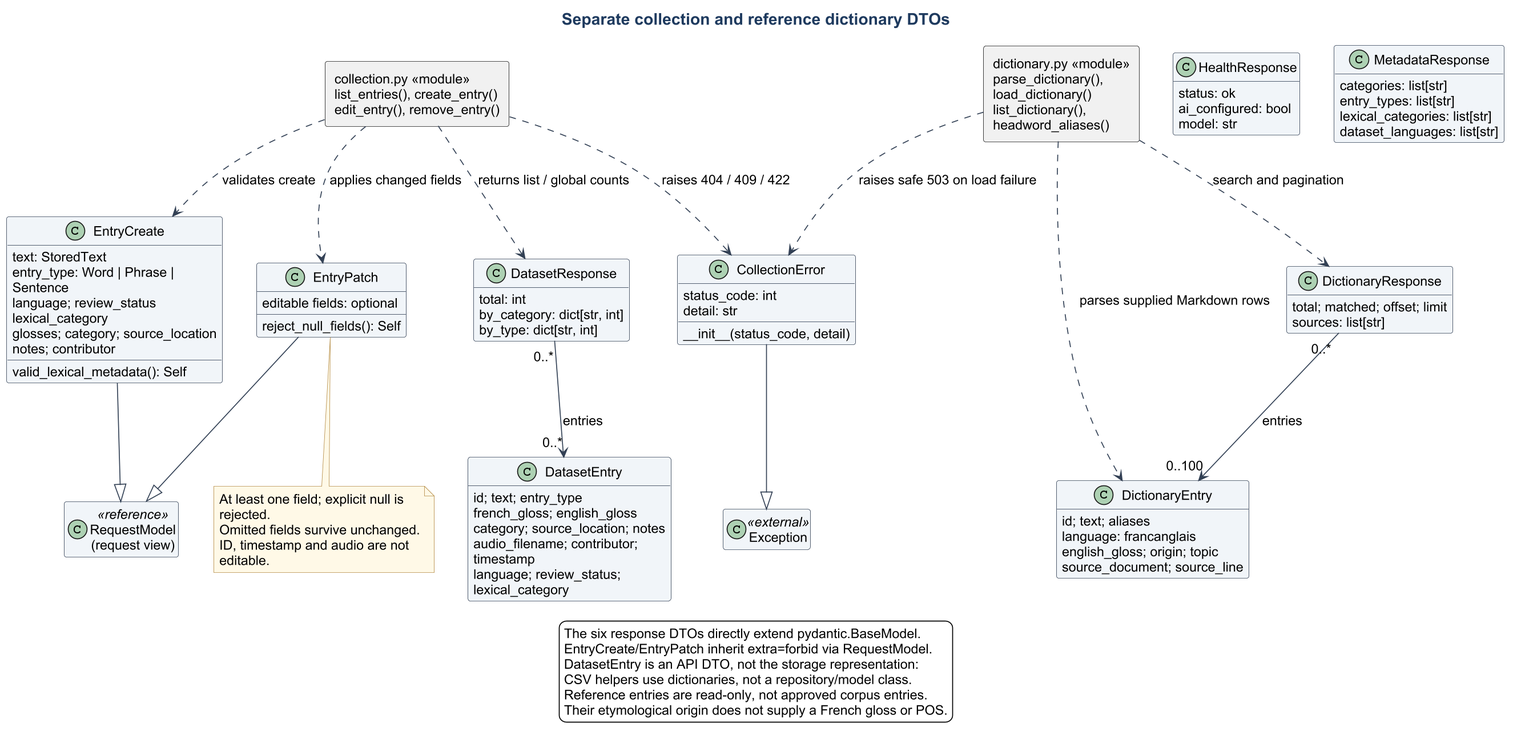
Before: docs/diagrams/class-collection.png, a diagram exported from PlantUML (Suraku237/francanglaiscompiler).
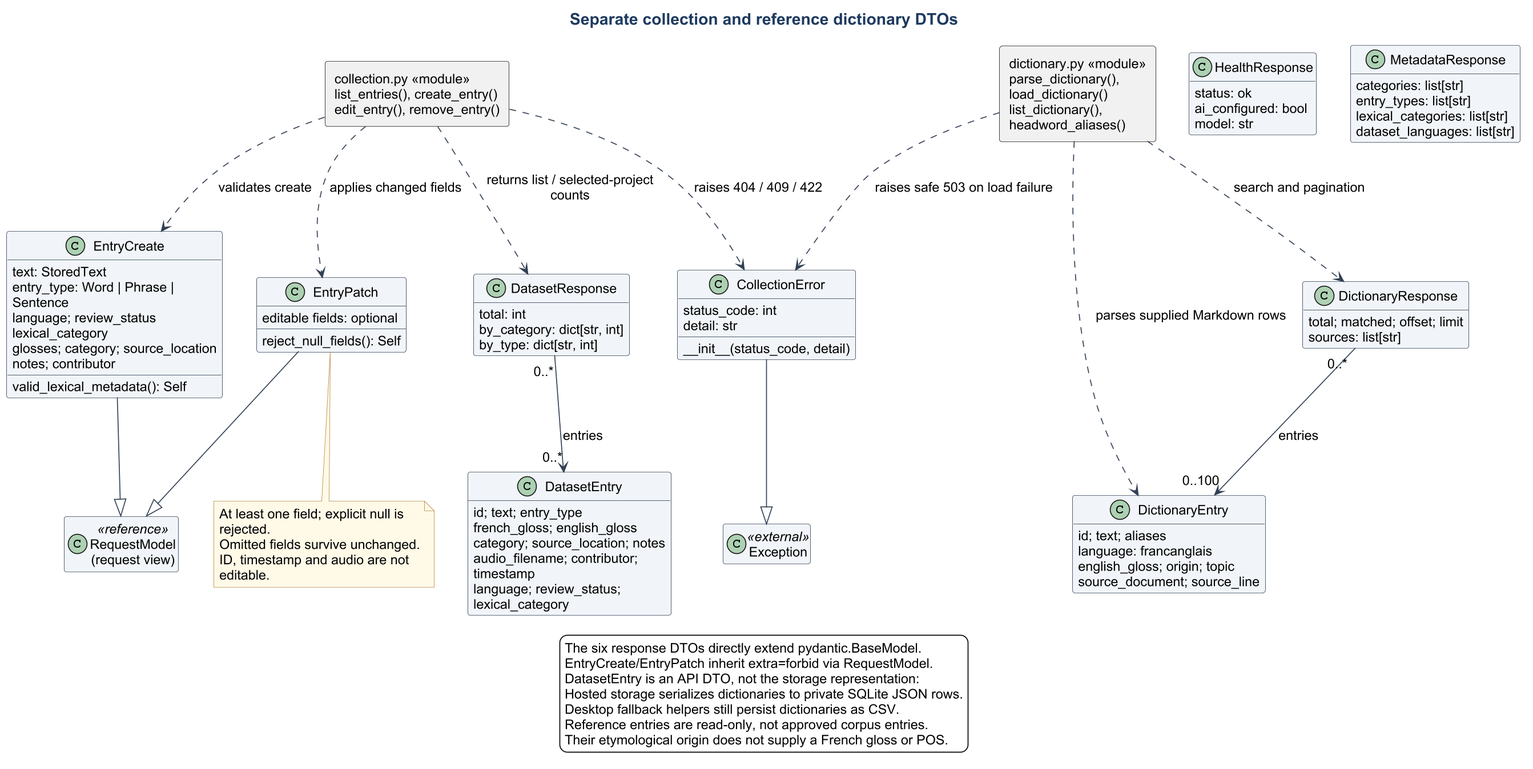
After the change.

What changed in the source:
```diff
@@ -68,7 +68,7 @@
 Dictionary ..> CollectionError : raises safe 503 on load failure
 Collection ..> EntryCreate : validates create
 Collection ..> EntryPatch : applies changed fields
-Collection ..> DatasetResponse : returns list / global counts
+Collection ..> DatasetResponse : returns list / selected-project counts
 Collection ..> CollectionError : raises 404 / 409 / 422
 note bottom of EntryPatch
   At least one field; explicit null is rejected.
@@ -79,7 +79,8 @@
   The six response DTOs directly extend pydantic.BaseModel.
   EntryCreate/EntryPatch inherit extra=forbid via RequestModel.
   DatasetEntry is an API DTO, not the storage representation:
-  CSV helpers use dictionaries, not a repository/model class.
+  Hosted storage serializes dictionaries to private SQLite JSON rows.
+  Desktop fallback helpers still persist dictionaries as CSV.
   Reference entries are read-only, not approved corpus entries.
   Their etymological origin does not supply a French gloss or POS.
 endlegend
```
